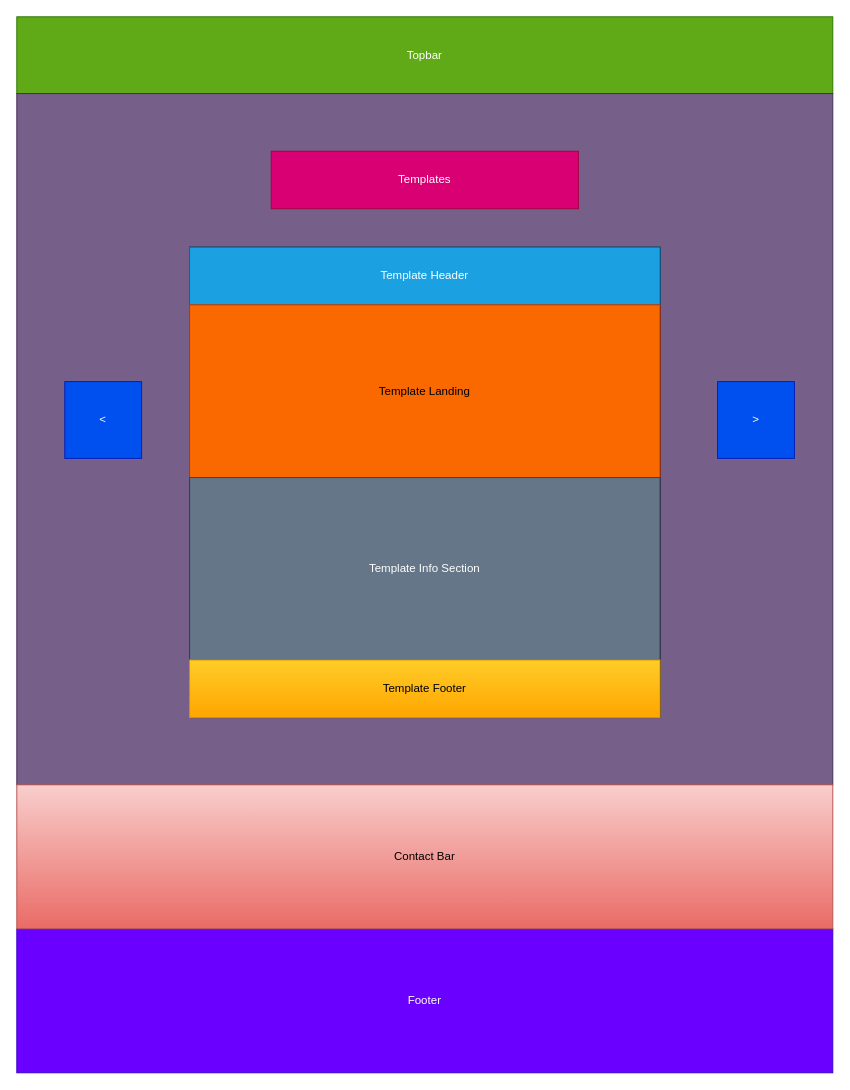
Earlier version of the draw.io diagram page "Templates" (3 of 4) of Frontend/src/Wireframes/WebsiteStructure/Structure.drawio (DeanWilcoxson/BusinessWebsite). Source tidied: cells renumbered, new cells numbered last; positions are measured from the earlier drawing's top-left corner, leaving out a move shared by most shapes. Both pictures are drawn from the tidied source at 96%, with x=0, y=0 at pixel (16, 16).
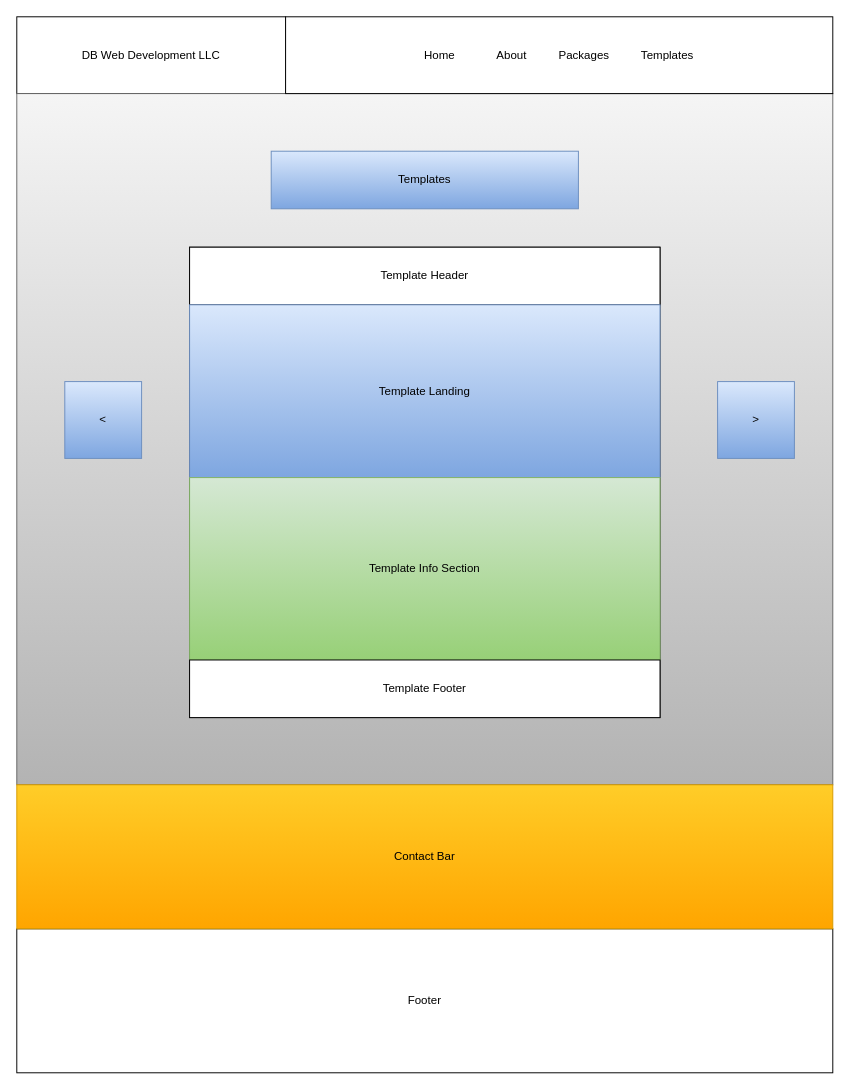
Above is the later version.

Change to the diagram source:
```diff
@@
 <mxGraphModel>
   <root>
     <mxCell id="0" />
     <mxCell id="1" parent="0" />
-    <mxCell id="2" value="Topbar" style="rounded=0;whiteSpace=wrap;html=1;fillColor=#60a917;fontColor=#ffffff;strokeColor=#2D7600;" parent="1" vertex="1">
-      <mxGeometry width="850" height="80" as="geometry" />
+    <mxCell id="2" value="DB Web Development LLC" style="rounded=0;whiteSpace=wrap;html=1;" parent="1" vertex="1">
+      <mxGeometry width="280" height="80" as="geometry" />
     </mxCell>
-    <mxCell id="3" style="rounded=0;whiteSpace=wrap;html=1;fillColor=#76608a;strokeColor=#432D57;fontColor=#ffffff;" parent="1" vertex="1">
+    <mxCell id="3" style="rounded=0;whiteSpace=wrap;html=1;fillColor=#f5f5f5;strokeColor=#666666;gradientColor=#b3b3b3;" parent="1" vertex="1">
       <mxGeometry y="80" width="850" height="720" as="geometry" />
     </mxCell>
-    <mxCell id="4" value="Templates" style="rounded=0;whiteSpace=wrap;html=1;fillColor=#d80073;fontColor=#ffffff;strokeColor=#A50040;" parent="1" vertex="1">
+    <mxCell id="4" value="Templates" style="rounded=0;whiteSpace=wrap;html=1;fillColor=#dae8fc;strokeColor=#6c8ebf;gradientColor=#7ea6e0;fontColor=#000000;" parent="1" vertex="1">
       <mxGeometry x="265" y="140" width="320" height="60" as="geometry" />
     </mxCell>
     <mxCell id="5" style="whiteSpace=wrap;html=1;" parent="1" vertex="1">
       <mxGeometry x="180" y="240" width="490" height="490" as="geometry" />
     </mxCell>
-    <mxCell id="6" value="Template Header" style="rounded=0;whiteSpace=wrap;html=1;fillColor=#1ba1e2;fontColor=#ffffff;strokeColor=#006EAF;" parent="1" vertex="1">
+    <mxCell id="6" value="Template Header" style="rounded=0;whiteSpace=wrap;html=1;" parent="1" vertex="1">
       <mxGeometry x="180" y="240" width="490" height="60" as="geometry" />
     </mxCell>
-    <mxCell id="7" value="Template Landing" style="rounded=0;whiteSpace=wrap;html=1;fillColor=#fa6800;fontColor=#000000;strokeColor=#C73500;" parent="1" vertex="1">
+    <mxCell id="7" value="Template Landing" style="rounded=0;whiteSpace=wrap;html=1;fillColor=#dae8fc;strokeColor=#6c8ebf;gradientColor=#7ea6e0;fontColor=#000000;" parent="1" vertex="1">
       <mxGeometry x="180" y="300" width="490" height="180" as="geometry" />
     </mxCell>
-    <mxCell id="8" value="&amp;gt;" style="whiteSpace=wrap;html=1;fillColor=#0050ef;strokeColor=#001DBC;fontColor=#ffffff;" parent="1" vertex="1">
+    <mxCell id="8" value="&amp;gt;" style="whiteSpace=wrap;html=1;fillColor=#dae8fc;strokeColor=#6c8ebf;gradientColor=#7ea6e0;fontColor=#000000;" parent="1" vertex="1">
       <mxGeometry x="730" y="380" width="80" height="80" as="geometry" />
     </mxCell>
-    <mxCell id="9" value="&amp;lt;" style="whiteSpace=wrap;html=1;fillColor=#0050ef;strokeColor=#001DBC;fontColor=#ffffff;" parent="1" vertex="1">
+    <mxCell id="9" value="&amp;lt;" style="whiteSpace=wrap;html=1;fillColor=#dae8fc;strokeColor=#6c8ebf;gradientColor=#7ea6e0;fontColor=#000000;" parent="1" vertex="1">
       <mxGeometry x="50" y="380" width="80" height="80" as="geometry" />
     </mxCell>
-    <mxCell id="10" value="Footer" style="rounded=0;whiteSpace=wrap;html=1;fillColor=#6a00ff;fontColor=#ffffff;strokeColor=#3700CC;" parent="1" vertex="1">
+    <mxCell id="10" value="Footer" style="rounded=0;whiteSpace=wrap;html=1;" parent="1" vertex="1">
       <mxGeometry y="950" width="850" height="150" as="geometry" />
     </mxCell>
-    <mxCell id="11" value="Template Info Section" style="rounded=0;whiteSpace=wrap;html=1;fillColor=#647687;fontColor=#ffffff;strokeColor=#314354;" parent="1" vertex="1">
+    <mxCell id="11" value="Template Info Section" style="rounded=0;whiteSpace=wrap;html=1;fillColor=#d5e8d4;strokeColor=#82b366;gradientColor=#97d077;fontColor=#000000;" parent="1" vertex="1">
       <mxGeometry x="180" y="480" width="490" height="190" as="geometry" />
     </mxCell>
-    <mxCell id="12" value="Template Footer" style="rounded=0;whiteSpace=wrap;html=1;fillColor=#ffcd28;strokeColor=#d79b00;gradientColor=#ffa500;" parent="1" vertex="1">
+    <mxCell id="12" value="Template Footer" style="rounded=0;whiteSpace=wrap;html=1;" parent="1" vertex="1">
       <mxGeometry x="180" y="670" width="490" height="60" as="geometry" />
     </mxCell>
-    <mxCell id="13" value="Contact Bar" style="rounded=0;whiteSpace=wrap;html=1;fillColor=#f8cecc;gradientColor=#ea6b66;strokeColor=#b85450;" parent="1" vertex="1">
+    <mxCell id="13" value="Contact Bar" style="rounded=0;whiteSpace=wrap;html=1;fillColor=#ffcd28;gradientColor=#ffa500;strokeColor=#d79b00;fontColor=#000000;" parent="1" vertex="1">
       <mxGeometry y="800" width="850" height="150" as="geometry" />
     </mxCell>
+    <mxCell id="14" value="&lt;span&gt;Home&amp;nbsp; &amp;nbsp; &amp;nbsp; &amp;nbsp; &amp;nbsp; &amp;nbsp; &amp;nbsp;About&amp;nbsp; &amp;nbsp; &amp;nbsp; &amp;nbsp; &amp;nbsp; Packages&amp;nbsp; &amp;nbsp; &amp;nbsp; &amp;nbsp; &amp;nbsp; Templates&lt;/span&gt;" style="rounded=0;whiteSpace=wrap;html=1;" parent="1" vertex="1">
+      <mxGeometry x="280" width="570" height="80" as="geometry" />
+    </mxCell>
   </root>
 </mxGraphModel>
```
